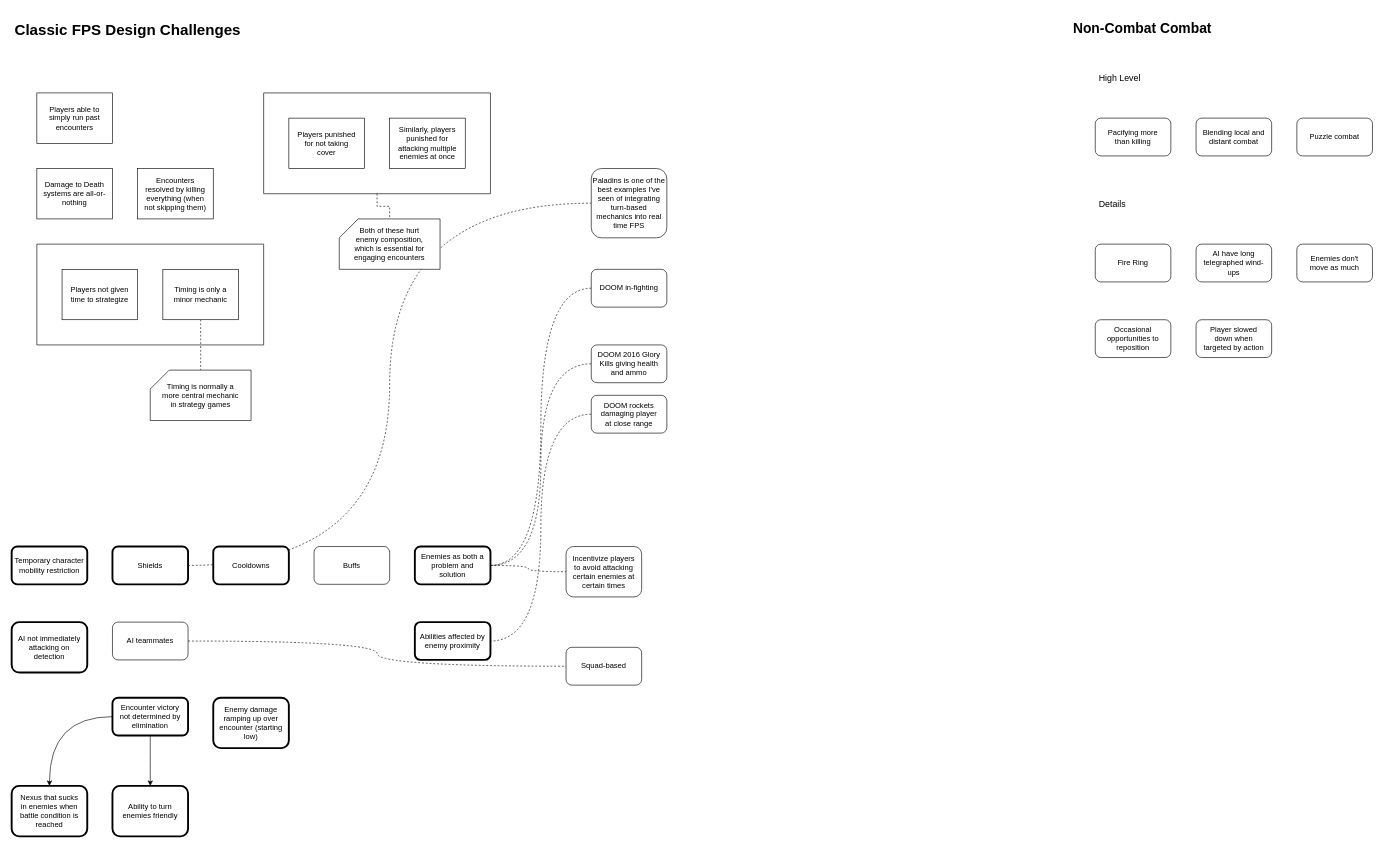
The draw.io diagram page "Combat" (5 of 5) of docs/compuquest-brainstorming.drawio in silentorb/compuquest-kotlin, before the edit. Source tidied: cells renumbered, new cells numbered last; positions are measured from the earlier drawing's top-left corner, leaving out a move shared by most shapes. Both pictures are drawn from the tidied source at 63%, with x=0, y=0 at pixel (11, 17).
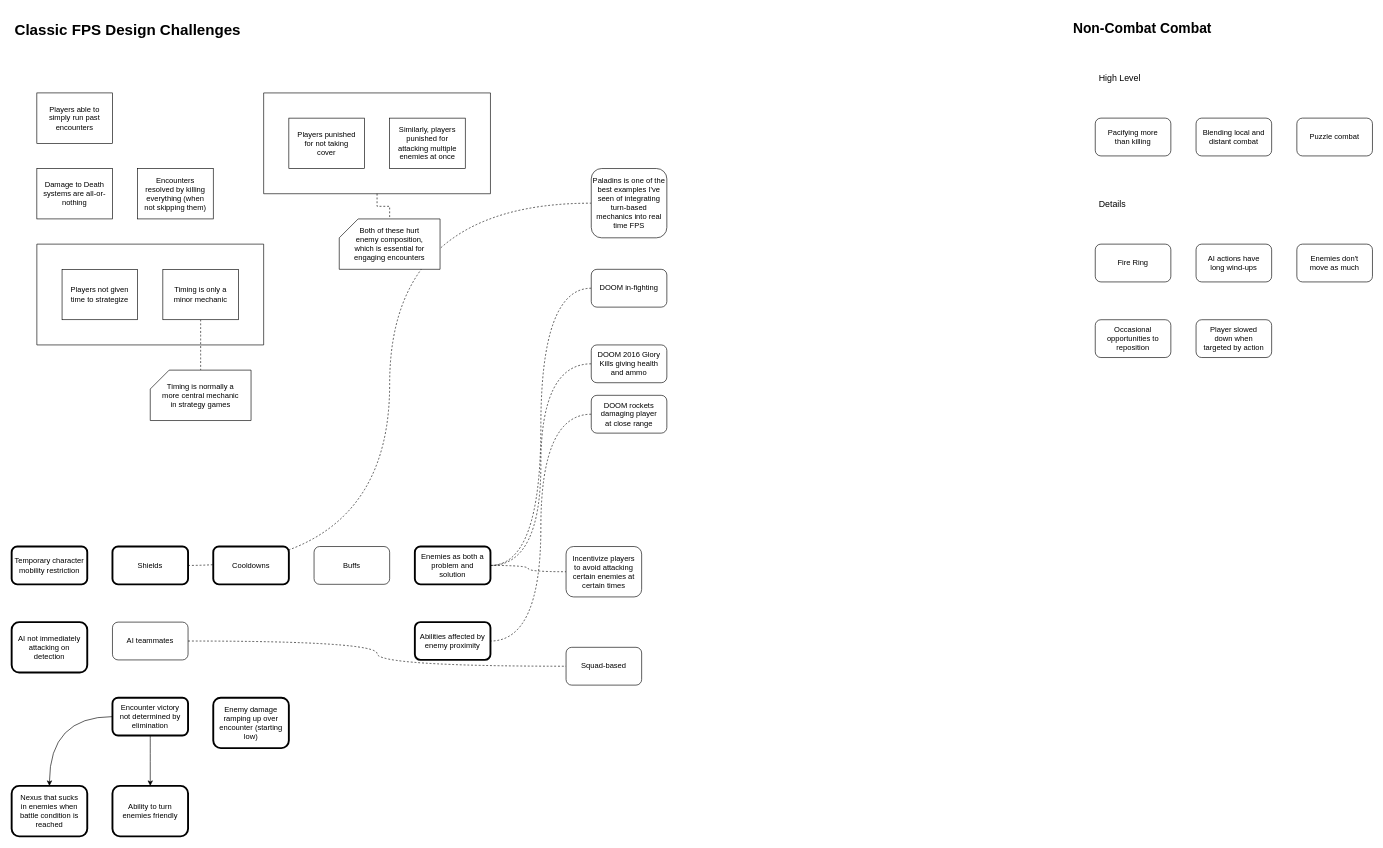
After the change.

The edit, as a diff of the source:
```diff
@@
-    <mxCell id="49" value="AI have long telegraphed wind-ups" style="rounded=1;whiteSpace=wrap;html=1;spacing=10;" parent="1" vertex="1">
+    <mxCell id="49" value="AI actions have long wind-ups" style="rounded=1;whiteSpace=wrap;html=1;spacing=10;" parent="1" vertex="1">
       <mxGeometry x="1880" y="360" width="120" height="60" as="geometry" />
     </mxCell>
```
